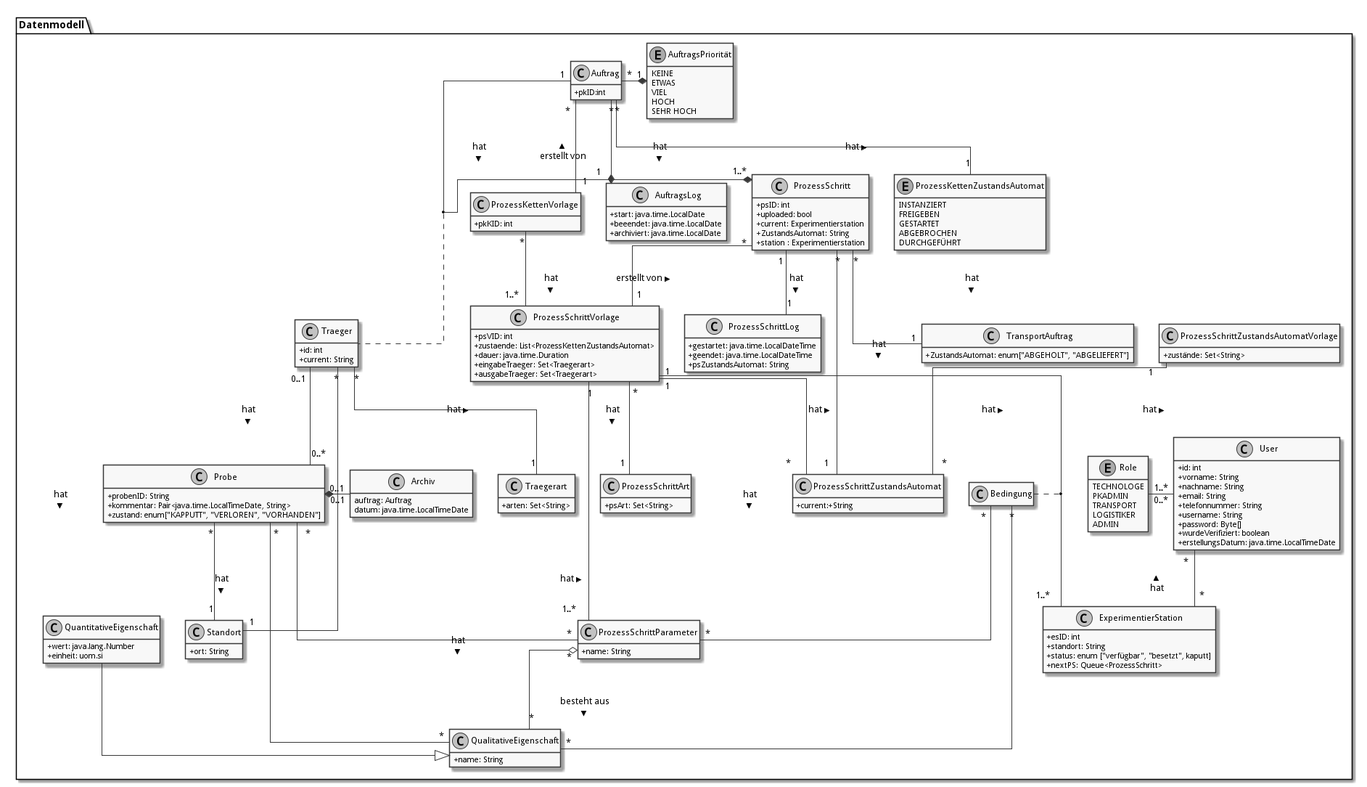
Above: doc/UML/datenModel.png in fkehlenb/softwareprojekt-2 (PlantUML), before the change.
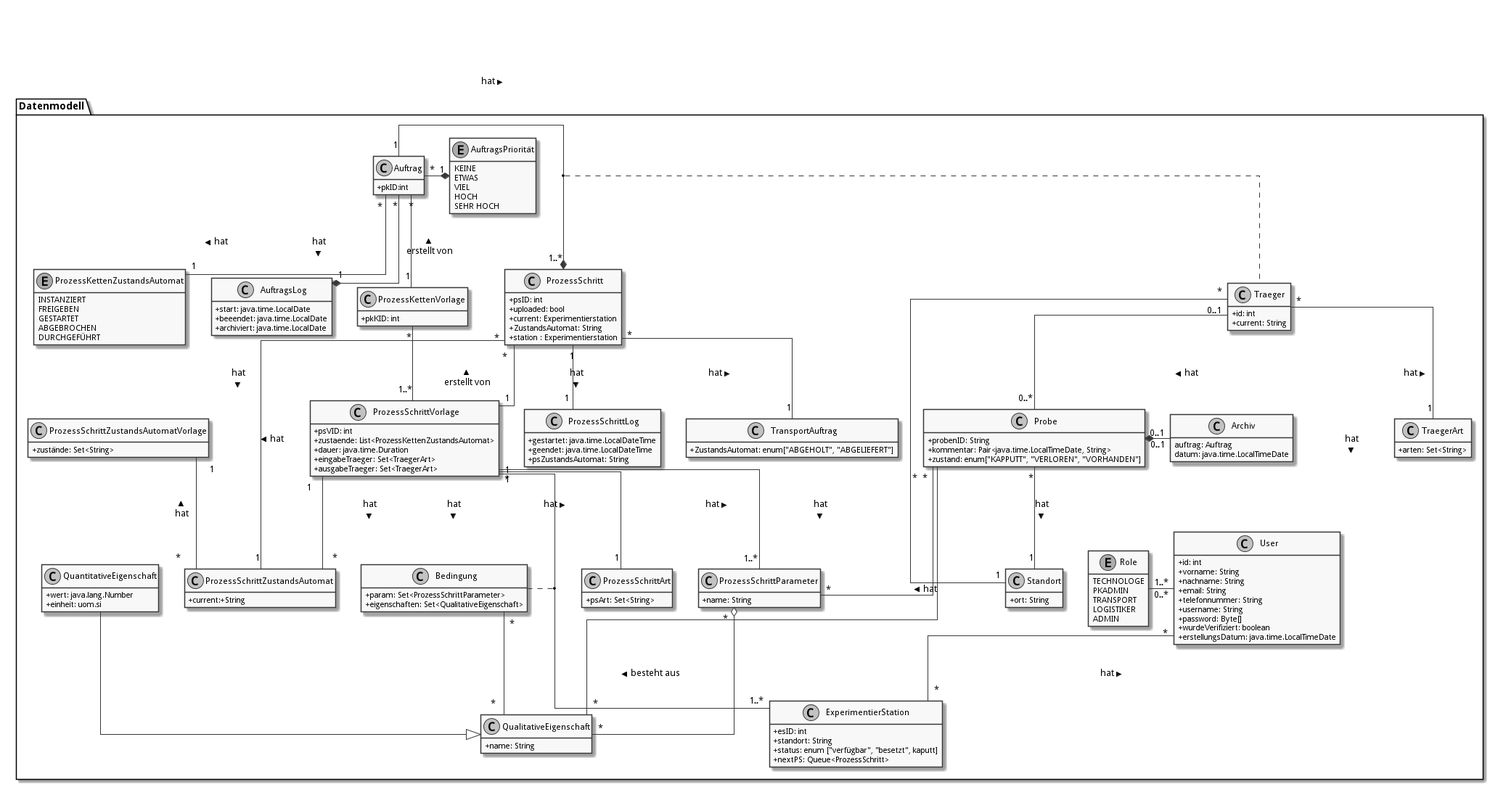
Later version of the same file.

Commit message:
update uml modell

Diff of the diagram source:
```diff
@@ -44,7 +44,7 @@
   +current: String
 }
 
-class Traegerart {
+class TraegerArt {
   +arten: Set<String>
 }
 
@@ -88,8 +88,8 @@
   +psVID: int
   +zustaende: List<ProzessKettenZustandsAutomat>
   +dauer: java.time.Duration
-  +eingabeTraeger: Set<Traegerart>
-  +ausgabeTraeger: Set<Traegerart>
+  +eingabeTraeger: Set<TraegerArt>
+  +ausgabeTraeger: Set<TraegerArt>
 }
 
 class ProzessSchrittArt {
@@ -137,6 +137,8 @@
 }
 
 class Bedingung {
+  +param: Set<ProzessSchrittParameter>
+  +eigenschaften: Set<QualitativeEigenschaft>
 }
 
 class "ExperimentierStation" as es {
@@ -176,13 +178,12 @@
 
  ProzessSchrittZustandsAutomatVorlage "1" -- "*" ProzessSchrittZustandsAutomat: < hat
 
- Traeger "*" -- "1" Traegerart: hat >
+ Traeger "*" -- "1" TraegerArt: hat >
  Traeger "0..1" -- "0..*" Probe: hat >
  Traeger "*" -- "1" Standort: hat >
 
   pkV "*" -- "1..*" psV: hat >
 
-  Bedingung "*" -- "*" pp
   Bedingung  "*" -- "*" qualE
 
 
```
